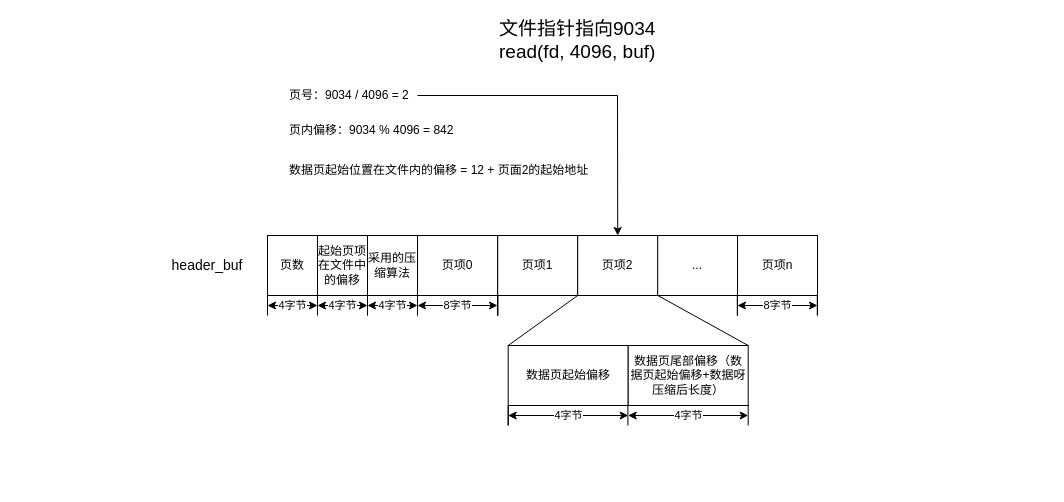
Above: 读文件流程.drawio in gokucai/drawio_repo (draw.io), before the change. Source tidied: cells renumbered, new cells numbered last; positions are measured from the earlier drawing's top-left corner, leaving out a move shared by most shapes. Both pictures are drawn from the tidied source at 100%, with x=0, y=0 at pixel (167, 25).
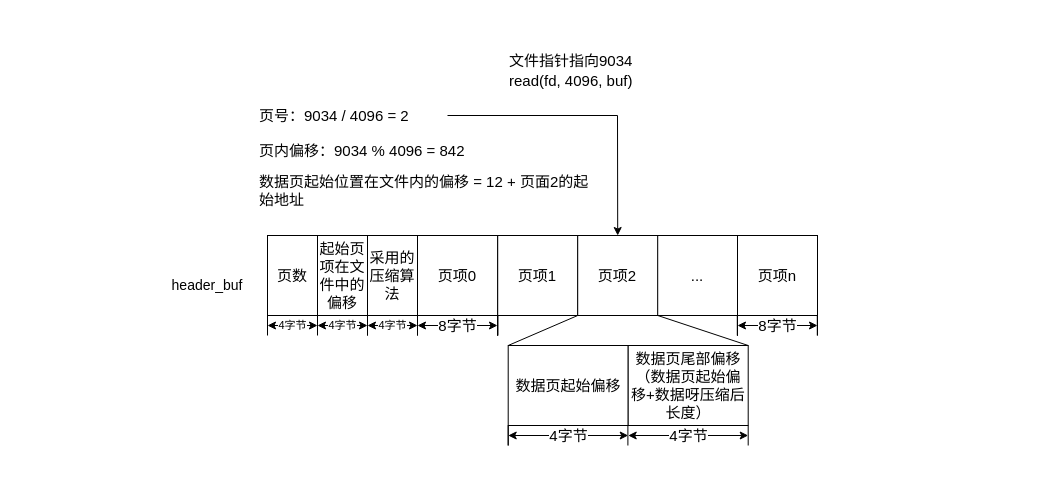
The same diagram, later.

Commit message:
更新读文件流程.drawio

Change to the diagram source:
```diff
@@
+    <mxCell id="47" style="rounded=0;whiteSpace=wrap;html=1;fillColor=none;strokeColor=none;" parent="1" vertex="1">
+      <mxGeometry x="-150" width="1030" height="460" as="geometry" />
+    </mxCell>
-    <mxCell id="2" value="页数" style="rounded=0;whiteSpace=wrap;html=1;" parent="1" vertex="1">
-      <mxGeometry x="100" y="210" width="50" height="60" as="geometry" />
+    <mxCell id="2" value="页数" style="rounded=0;whiteSpace=wrap;html=1;fontSize=15;" parent="1" vertex="1">
+      <mxGeometry x="100" y="210" width="50" height="80" as="geometry" />
     </mxCell>
     <mxCell id="3" style="endArrow=none;html=1;rounded=0;" parent="1" edge="1">
       <mxGeometry relative="1" as="geometry">
-        <mxPoint x="100" y="290" as="sourcePoint" />
-        <mxPoint x="100" y="270" as="targetPoint" />
+        <mxPoint x="100" y="310" as="sourcePoint" />
+        <mxPoint x="100" y="290" as="targetPoint" />
       </mxGeometry>
     </mxCell>
     <mxCell id="4" value="4字节" style="endArrow=classic;startArrow=classic;html=1;rounded=0;" parent="1" edge="1">
       <mxGeometry relative="1" as="geometry">
-        <mxPoint x="100" y="280" as="sourcePoint" />
-        <mxPoint x="150" y="280" as="targetPoint" />
+        <mxPoint x="100" y="300" as="sourcePoint" />
+        <mxPoint x="150" y="300" as="targetPoint" />
       </mxGeometry>
     </mxCell>
-    <mxCell id="5" style="endArrow=none;html=1;rounded=0;" parent="1" edge="1">
+    <mxCell id="5" style="endArrow=none;html=1;rounded=0;fontSize=15;" parent="1" edge="1">
       <mxGeometry relative="1" as="geometry">
-        <mxPoint x="250" y="290" as="sourcePoint" />
-        <mxPoint x="250" y="270" as="targetPoint" />
+        <mxPoint x="250" y="310" as="sourcePoint" />
+        <mxPoint x="250" y="290" as="targetPoint" />
       </mxGeometry>
     </mxCell>
-    <mxCell id="6" value="页项0" style="rounded=0;whiteSpace=wrap;html=1;" parent="1" vertex="1">
-      <mxGeometry x="250" y="210" width="80" height="60" as="geometry" />
+    <mxCell id="6" value="页项0" style="rounded=0;whiteSpace=wrap;html=1;fontSize=15;" parent="1" vertex="1">
+      <mxGeometry x="250" y="210" width="80" height="80" as="geometry" />
     </mxCell>
-    <mxCell id="7" style="endArrow=none;html=1;rounded=0;" parent="1" edge="1">
+    <mxCell id="7" style="endArrow=none;html=1;rounded=0;fontSize=15;" parent="1" edge="1">
       <mxGeometry relative="1" as="geometry">
-        <mxPoint x="250" y="290" as="sourcePoint" />
-        <mxPoint x="250" y="270" as="targetPoint" />
+        <mxPoint x="250" y="310" as="sourcePoint" />
+        <mxPoint x="250" y="290" as="targetPoint" />
       </mxGeometry>
     </mxCell>
-    <mxCell id="8" value="8字节" style="endArrow=classic;startArrow=classic;html=1;rounded=0;" parent="1" edge="1">
+    <mxCell id="8" value="8字节" style="endArrow=classic;startArrow=classic;html=1;rounded=0;fontSize=15;" parent="1" edge="1">
       <mxGeometry relative="1" as="geometry">
-        <mxPoint x="250" y="280" as="sourcePoint" />
-        <mxPoint x="330" y="280" as="targetPoint" />
+        <mxPoint x="250" y="300" as="sourcePoint" />
+        <mxPoint x="330" y="300" as="targetPoint" />
       </mxGeometry>
     </mxCell>
-    <mxCell id="9" value="..." style="rounded=0;whiteSpace=wrap;html=1;" parent="1" vertex="1">
-      <mxGeometry x="490" y="210" width="80" height="60" as="geometry" />
+    <mxCell id="9" value="..." style="rounded=0;whiteSpace=wrap;html=1;fontSize=15;" parent="1" vertex="1">
+      <mxGeometry x="490" y="210" width="80" height="80" as="geometry" />
     </mxCell>
-    <mxCell id="10" style="endArrow=none;html=1;rounded=0;" parent="1" edge="1">
+    <mxCell id="10" style="endArrow=none;html=1;rounded=0;fontSize=15;" parent="1" edge="1">
       <mxGeometry relative="1" as="geometry">
-        <mxPoint x="570" y="290" as="sourcePoint" />
-        <mxPoint x="570" y="270" as="targetPoint" />
+        <mxPoint x="570" y="310" as="sourcePoint" />
+        <mxPoint x="570" y="290" as="targetPoint" />
       </mxGeometry>
     </mxCell>
-    <mxCell id="11" style="endArrow=none;html=1;rounded=0;" parent="1" edge="1">
+    <mxCell id="11" style="endArrow=none;html=1;rounded=0;fontSize=15;" parent="1" edge="1">
       <mxGeometry relative="1" as="geometry">
-        <mxPoint x="569.8" y="290" as="sourcePoint" />
-        <mxPoint x="569.8" y="270" as="targetPoint" />
+        <mxPoint x="569.8" y="310" as="sourcePoint" />
+        <mxPoint x="569.8" y="290" as="targetPoint" />
       </mxGeometry>
     </mxCell>
-    <mxCell id="12" style="endArrow=none;html=1;rounded=0;" parent="1" edge="1">
+    <mxCell id="12" style="endArrow=none;html=1;rounded=0;fontSize=15;" parent="1" edge="1">
       <mxGeometry relative="1" as="geometry">
-        <mxPoint x="570" y="290" as="sourcePoint" />
-        <mxPoint x="570" y="270" as="targetPoint" />
+        <mxPoint x="570" y="310" as="sourcePoint" />
+        <mxPoint x="570" y="290" as="targetPoint" />
       </mxGeometry>
     </mxCell>
-    <mxCell id="13" value="页项n" style="rounded=0;whiteSpace=wrap;html=1;" parent="1" vertex="1">
-      <mxGeometry x="570" y="210" width="80" height="60" as="geometry" />
+    <mxCell id="13" value="页项n" style="rounded=0;whiteSpace=wrap;html=1;fontSize=15;" parent="1" vertex="1">
+      <mxGeometry x="570" y="210" width="80" height="80" as="geometry" />
     </mxCell>
-    <mxCell id="14" style="endArrow=none;html=1;rounded=0;" parent="1" edge="1">
+    <mxCell id="14" style="endArrow=none;html=1;rounded=0;fontSize=15;" parent="1" edge="1">
       <mxGeometry relative="1" as="geometry">
-        <mxPoint x="570" y="290" as="sourcePoint" />
-        <mxPoint x="570" y="270" as="targetPoint" />
+        <mxPoint x="570" y="310" as="sourcePoint" />
+        <mxPoint x="570" y="290" as="targetPoint" />
       </mxGeometry>
     </mxCell>
-    <mxCell id="15" style="endArrow=none;html=1;rounded=0;" parent="1" edge="1">
+    <mxCell id="15" style="endArrow=none;html=1;rounded=0;fontSize=15;" parent="1" edge="1">
       <mxGeometry relative="1" as="geometry">
-        <mxPoint x="650" y="290" as="sourcePoint" />
-        <mxPoint x="650" y="270" as="targetPoint" />
+        <mxPoint x="650" y="310" as="sourcePoint" />
+        <mxPoint x="650" y="290" as="targetPoint" />
       </mxGeometry>
     </mxCell>
-    <mxCell id="16" value="8字节" style="endArrow=classic;startArrow=classic;html=1;rounded=0;" parent="1" edge="1">
+    <mxCell id="16" value="8字节" style="endArrow=classic;startArrow=classic;html=1;rounded=0;fontSize=15;" parent="1" edge="1">
       <mxGeometry relative="1" as="geometry">
-        <mxPoint x="570" y="280" as="sourcePoint" />
-        <mxPoint x="650" y="280" as="targetPoint" />
+        <mxPoint x="570" y="300" as="sourcePoint" />
+        <mxPoint x="650" y="300" as="targetPoint" />
       </mxGeometry>
     </mxCell>
-    <mxCell id="17" style="endArrow=none;html=1;rounded=0;" parent="1" edge="1">
+    <mxCell id="17" style="endArrow=none;html=1;rounded=0;fontSize=15;" parent="1" edge="1">
       <mxGeometry relative="1" as="geometry">
-        <mxPoint x="649.8" y="290" as="sourcePoint" />
-        <mxPoint x="649.8" y="270" as="targetPoint" />
+        <mxPoint x="649.8" y="310" as="sourcePoint" />
+        <mxPoint x="649.8" y="290" as="targetPoint" />
       </mxGeometry>
     </mxCell>
-    <mxCell id="18" style="endArrow=none;html=1;rounded=0;" parent="1" edge="1">
+    <mxCell id="18" style="endArrow=none;html=1;rounded=0;fontSize=15;" parent="1" edge="1">
       <mxGeometry relative="1" as="geometry">
-        <mxPoint x="330.2" y="290" as="sourcePoint" />
-        <mxPoint x="330.2" y="270" as="targetPoint" />
+        <mxPoint x="330.2" y="310" as="sourcePoint" />
+        <mxPoint x="330.2" y="290" as="targetPoint" />
       </mxGeometry>
     </mxCell>
-    <mxCell id="19" style="endArrow=none;html=1;rounded=0;" parent="1" edge="1">
+    <mxCell id="19" style="endArrow=none;html=1;rounded=0;fontSize=15;" parent="1" edge="1">
       <mxGeometry relative="1" as="geometry">
-        <mxPoint x="330" y="290" as="sourcePoint" />
-        <mxPoint x="330" y="270" as="targetPoint" />
+        <mxPoint x="330" y="310" as="sourcePoint" />
+        <mxPoint x="330" y="290" as="targetPoint" />
       </mxGeometry>
     </mxCell>
-    <mxCell id="20" style="endArrow=none;html=1;rounded=0;" parent="1" edge="1">
+    <mxCell id="20" style="endArrow=none;html=1;rounded=0;fontSize=15;" parent="1" edge="1">
       <mxGeometry relative="1" as="geometry">
-        <mxPoint x="330.2" y="290" as="sourcePoint" />
-        <mxPoint x="330.2" y="270" as="targetPoint" />
+        <mxPoint x="330.2" y="310" as="sourcePoint" />
+        <mxPoint x="330.2" y="290" as="targetPoint" />
       </mxGeometry>
     </mxCell>
-    <mxCell id="21" value="页项1" style="rounded=0;whiteSpace=wrap;html=1;" parent="1" vertex="1">
-      <mxGeometry x="330.2" y="210" width="80" height="60" as="geometry" />
+    <mxCell id="21" value="页项1" style="rounded=0;whiteSpace=wrap;html=1;fontSize=15;" parent="1" vertex="1">
+      <mxGeometry x="330.2" y="210" width="80" height="80" as="geometry" />
     </mxCell>
-    <mxCell id="22" style="endArrow=none;html=1;rounded=0;" parent="1" edge="1">
+    <mxCell id="22" style="endArrow=none;html=1;rounded=0;fontSize=15;" parent="1" edge="1">
       <mxGeometry relative="1" as="geometry">
-        <mxPoint x="330.2" y="290" as="sourcePoint" />
-        <mxPoint x="330.2" y="270" as="targetPoint" />
+        <mxPoint x="330.2" y="310" as="sourcePoint" />
+        <mxPoint x="330.2" y="290" as="targetPoint" />
       </mxGeometry>
     </mxCell>
-    <mxCell id="23" style="endArrow=none;html=1;rounded=0;entryX=0;entryY=1;entryDx=0;entryDy=0;exitX=0;exitY=0;exitDx=0;exitDy=0;" parent="1" edge="1" source="24" target="44">
+    <mxCell id="23" style="endArrow=none;html=1;rounded=0;entryX=0;entryY=1;entryDx=0;entryDy=0;exitX=0;exitY=0;exitDx=0;exitDy=0;fontSize=15;" parent="1" edge="1" source="24" target="44">
       <mxGeometry relative="1" as="geometry" />
     </mxCell>
-    <mxCell id="24" value="数据页起始偏移" style="rounded=0;whiteSpace=wrap;html=1;" parent="1" vertex="1">
-      <mxGeometry x="340.7" y="320" width="120" height="60" as="geometry" />
+    <mxCell id="24" value="数据页起始偏移" style="rounded=0;whiteSpace=wrap;html=1;fontSize=15;" parent="1" vertex="1">
+      <mxGeometry x="340.7" y="320" width="120" height="80" as="geometry" />
     </mxCell>
-    <mxCell id="25" value="数据页尾部偏移（数据页起始偏移+数据呀压缩后长度）" style="rounded=0;whiteSpace=wrap;html=1;" parent="1" vertex="1">
-      <mxGeometry x="460.7" y="320" width="120" height="60" as="geometry" />
+    <mxCell id="25" value="数据页尾部偏移（数据页起始偏移+数据呀压缩后长度）" style="rounded=0;whiteSpace=wrap;html=1;fontSize=15;" parent="1" vertex="1">
+      <mxGeometry x="460.7" y="320" width="120" height="80" as="geometry" />
     </mxCell>
-    <mxCell id="26" value="起始页项在文件中的偏移" style="rounded=0;whiteSpace=wrap;html=1;" parent="1" vertex="1">
-      <mxGeometry x="150" y="210" width="50" height="60" as="geometry" />
+    <mxCell id="26" value="起始页项在文件中的偏移" style="rounded=0;whiteSpace=wrap;html=1;fontSize=15;" parent="1" vertex="1">
+      <mxGeometry x="150" y="210" width="50" height="80" as="geometry" />
     </mxCell>
     <mxCell id="27" style="endArrow=none;html=1;rounded=0;" parent="1" edge="1">
       <mxGeometry relative="1" as="geometry">
-        <mxPoint x="150" y="290" as="sourcePoint" />
-        <mxPoint x="150" y="270" as="targetPoint" />
+        <mxPoint x="150" y="310" as="sourcePoint" />
+        <mxPoint x="150" y="290" as="targetPoint" />
       </mxGeometry>
     </mxCell>
     <mxCell id="28" value="4字节" style="endArrow=classic;startArrow=classic;html=1;rounded=0;" parent="1" edge="1">
       <mxGeometry relative="1" as="geometry">
-        <mxPoint x="150" y="280" as="sourcePoint" />
-        <mxPoint x="200" y="280" as="targetPoint" />
+        <mxPoint x="150" y="300" as="sourcePoint" />
+        <mxPoint x="200" y="300" as="targetPoint" />
       </mxGeometry>
     </mxCell>
     <mxCell id="29" style="endArrow=none;html=1;rounded=0;" parent="1" edge="1">
       <mxGeometry relative="1" as="geometry">
-        <mxPoint x="200" y="290" as="sourcePoint" />
-        <mxPoint x="200" y="270" as="targetPoint" />
+        <mxPoint x="200" y="310" as="sourcePoint" />
+        <mxPoint x="200" y="290" as="targetPoint" />
       </mxGeometry>
     </mxCell>
-    <mxCell id="30" value="采用的压缩算法" style="rounded=0;whiteSpace=wrap;html=1;" parent="1" vertex="1">
-      <mxGeometry x="200" y="210" width="50" height="60" as="geometry" />
+    <mxCell id="30" value="采用的压缩算法" style="rounded=0;whiteSpace=wrap;html=1;fontSize=15;" parent="1" vertex="1">
+      <mxGeometry x="200" y="210" width="50" height="80" as="geometry" />
     </mxCell>
     <mxCell id="31" style="endArrow=none;html=1;rounded=0;" parent="1" edge="1">
       <mxGeometry relative="1" as="geometry">
-        <mxPoint x="200" y="290" as="sourcePoint" />
-        <mxPoint x="200" y="270" as="targetPoint" />
+        <mxPoint x="200" y="310" as="sourcePoint" />
+        <mxPoint x="200" y="290" as="targetPoint" />
       </mxGeometry>
     </mxCell>
     <mxCell id="32" value="4字节" style="endArrow=classic;startArrow=classic;html=1;rounded=0;" parent="1" edge="1">
       <mxGeometry relative="1" as="geometry">
-        <mxPoint x="200" y="280" as="sourcePoint" />
-        <mxPoint x="250" y="280" as="targetPoint" />
+        <mxPoint x="200" y="300" as="sourcePoint" />
+        <mxPoint x="250" y="300" as="targetPoint" />
       </mxGeometry>
     </mxCell>
-    <mxCell id="33" style="endArrow=none;html=1;rounded=0;exitX=1;exitY=0;exitDx=0;exitDy=0;" parent="1" edge="1" source="25">
+    <mxCell id="33" style="endArrow=none;html=1;rounded=0;exitX=1;exitY=0;exitDx=0;exitDy=0;fontSize=15;" parent="1" edge="1" source="25">
       <mxGeometry relative="1" as="geometry">
-        <mxPoint x="490.3" y="270" as="targetPoint" />
+        <mxPoint x="490.3" y="290" as="targetPoint" />
       </mxGeometry>
     </mxCell>
-    <mxCell id="34" style="endArrow=none;html=1;rounded=0;" parent="1" edge="1">
+    <mxCell id="34" style="endArrow=none;html=1;rounded=0;fontSize=15;" parent="1" edge="1">
       <mxGeometry relative="1" as="geometry">
-        <mxPoint x="340.7" y="400" as="sourcePoint" />
-        <mxPoint x="340.7" y="380" as="targetPoint" />
+        <mxPoint x="340.7" y="420" as="sourcePoint" />
+        <mxPoint x="340.7" y="400" as="targetPoint" />
       </mxGeometry>
     </mxCell>
-    <mxCell id="35" style="endArrow=none;html=1;rounded=0;" parent="1" edge="1">
+    <mxCell id="35" style="endArrow=none;html=1;rounded=0;fontSize=15;" parent="1" edge="1">
       <mxGeometry relative="1" as="geometry">
-        <mxPoint x="340.7" y="400" as="sourcePoint" />
-        <mxPoint x="340.7" y="380" as="targetPoint" />
+        <mxPoint x="340.7" y="420" as="sourcePoint" />
+        <mxPoint x="340.7" y="400" as="targetPoint" />
       </mxGeometry>
     </mxCell>
-    <mxCell id="36" value="4字节" style="endArrow=classic;startArrow=classic;html=1;rounded=0;" parent="1" edge="1">
+    <mxCell id="36" value="4字节" style="endArrow=classic;startArrow=classic;html=1;rounded=0;fontSize=15;" parent="1" edge="1">
       <mxGeometry relative="1" as="geometry">
-        <mxPoint x="340.7" y="390" as="sourcePoint" />
-        <mxPoint x="460.7" y="390" as="targetPoint" />
+        <mxPoint x="340.7" y="410" as="sourcePoint" />
+        <mxPoint x="460.7" y="410" as="targetPoint" />
       </mxGeometry>
     </mxCell>
-    <mxCell id="37" style="endArrow=none;html=1;rounded=0;" parent="1" edge="1">
+    <mxCell id="37" style="endArrow=none;html=1;rounded=0;fontSize=15;" parent="1" edge="1">
       <mxGeometry relative="1" as="geometry">
-        <mxPoint x="580.7" y="400" as="sourcePoint" />
-        <mxPoint x="580.7" y="380" as="targetPoint" />
+        <mxPoint x="580.7" y="420" as="sourcePoint" />
+        <mxPoint x="580.7" y="400" as="targetPoint" />
       </mxGeometry>
     </mxCell>
-    <mxCell id="38" style="endArrow=none;html=1;rounded=0;" parent="1" edge="1">
+    <mxCell id="38" style="endArrow=none;html=1;rounded=0;fontSize=15;" parent="1" edge="1">
       <mxGeometry relative="1" as="geometry">
-        <mxPoint x="460.4" y="400" as="sourcePoint" />
-        <mxPoint x="460.4" y="380" as="targetPoint" />
+        <mxPoint x="460.4" y="420" as="sourcePoint" />
+        <mxPoint x="460.4" y="400" as="targetPoint" />
       </mxGeometry>
     </mxCell>
-    <mxCell id="39" value="&lt;font style=&quot;font-size: 19px;&quot;&gt;文件指针指向9034&lt;br&gt;read(fd, 4096, buf)&lt;/font&gt;" style="text;html=1;strokeColor=none;fillColor=none;align=left;verticalAlign=middle;whiteSpace=wrap;rounded=0;fontSize=16;" parent="1" vertex="1">
-      <mxGeometry x="330.2" width="240" height="30" as="geometry" />
+    <mxCell id="39" value="&lt;font style=&quot;font-size: 15px;&quot;&gt;文件指针指向9034&lt;br&gt;read(fd, 4096, buf)&lt;/font&gt;" style="text;html=1;strokeColor=none;fillColor=none;align=left;verticalAlign=middle;whiteSpace=wrap;rounded=0;fontSize=16;" parent="1" vertex="1">
+      <mxGeometry x="340.3" y="30" width="219.8" height="30" as="geometry" />
     </mxCell>
-    <mxCell id="40" value="4字节" style="endArrow=classic;startArrow=classic;html=1;rounded=0;" parent="1" edge="1">
+    <mxCell id="40" value="4字节" style="endArrow=classic;startArrow=classic;html=1;rounded=0;fontSize=15;" parent="1" edge="1">
       <mxGeometry relative="1" as="geometry">
-        <mxPoint x="460.7" y="390" as="sourcePoint" />
-        <mxPoint x="580.7" y="390" as="targetPoint" />
+        <mxPoint x="460.7" y="410" as="sourcePoint" />
+        <mxPoint x="580.7" y="410" as="targetPoint" />
       </mxGeometry>
     </mxCell>
-    <mxCell id="41" value="页号：9034 / 4096 = 2" style="text;html=1;strokeColor=none;fillColor=none;align=left;verticalAlign=middle;whiteSpace=wrap;rounded=0;" parent="1" vertex="1">
-      <mxGeometry x="120" y="60" width="130" height="20" as="geometry" />
+    <mxCell id="41" value="&lt;font style=&quot;font-size: 15px;&quot;&gt;页号：9034 / 4096 = 2&lt;/font&gt;" style="text;html=1;strokeColor=none;fillColor=none;align=left;verticalAlign=middle;whiteSpace=wrap;rounded=0;" parent="1" vertex="1">
+      <mxGeometry x="90" y="80" width="190" height="20" as="geometry" />
     </mxCell>
-    <mxCell id="42" value="页内偏移：9034 % 4096 = 842" style="text;html=1;strokeColor=none;fillColor=none;align=left;verticalAlign=middle;whiteSpace=wrap;rounded=0;" parent="1" vertex="1">
-      <mxGeometry x="120" y="90" width="180" height="30" as="geometry" />
+    <mxCell id="42" value="&lt;font style=&quot;font-size: 15px;&quot;&gt;页内偏移：9034 % 4096 = 842&lt;/font&gt;" style="text;html=1;strokeColor=none;fillColor=none;align=left;verticalAlign=middle;whiteSpace=wrap;rounded=0;" parent="1" vertex="1">
+      <mxGeometry x="90" y="110" width="220" height="30" as="geometry" />
     </mxCell>
     <mxCell id="43" style="endArrow=classic;html=1;rounded=0;exitX=1;exitY=0.5;exitDx=0;exitDy=0;entryX=0.5;entryY=0;entryDx=0;entryDy=0;" parent="1" edge="1" source="41" target="44">
       <mxGeometry relative="1" as="geometry">
         <Array as="points">
-          <mxPoint x="450" y="70" />
+          <mxPoint x="450" y="90" />
         </Array>
       </mxGeometry>
     </mxCell>
-    <mxCell id="44" value="页项2" style="rounded=0;whiteSpace=wrap;html=1;" parent="1" vertex="1">
-      <mxGeometry x="410.2" y="210" width="80" height="60" as="geometry" />
+    <mxCell id="44" value="页项2" style="rounded=0;whiteSpace=wrap;html=1;fontSize=15;" parent="1" vertex="1">
+      <mxGeometry x="410.2" y="210" width="80" height="80" as="geometry" />
     </mxCell>
-    <mxCell id="45" value="数据页起始位置在文件内的偏移 = 12 + 页面2的起始地址" style="text;html=1;strokeColor=none;fillColor=none;align=left;verticalAlign=middle;whiteSpace=wrap;rounded=0;" parent="1" vertex="1">
-      <mxGeometry x="120" y="130" width="310" height="30" as="geometry" />
+    <mxCell id="45" value="数据页起始位置在文件内的偏移 = 12 + 页面2的起始地址" style="text;html=1;strokeColor=none;fillColor=none;align=left;verticalAlign=middle;whiteSpace=wrap;rounded=0;fontSize=15;" parent="1" vertex="1">
+      <mxGeometry x="90" y="150" width="340" height="30" as="geometry" />
     </mxCell>
     <mxCell id="46" value="&lt;font style=&quot;font-size: 14px;&quot;&gt;header_buf&lt;/font&gt;" style="text;html=1;strokeColor=none;fillColor=none;align=center;verticalAlign=middle;whiteSpace=wrap;rounded=0;" parent="1" vertex="1">
-      <mxGeometry y="217.5" width="80" height="45" as="geometry" />
+      <mxGeometry y="237.5" width="80" height="45" as="geometry" />
     </mxCell>
```
